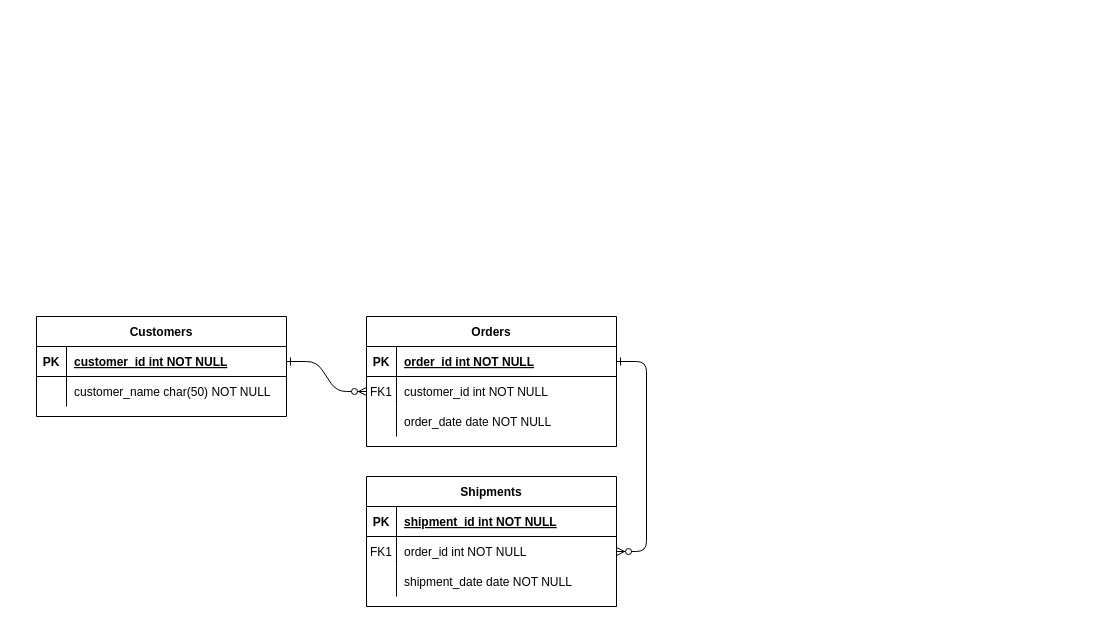
Before: Untitled Diagram.drawio in hbouwers/TaskManager, a draw.io diagram. Source tidied: cells renumbered, new cells numbered last; positions are measured from the earlier drawing's top-left corner, leaving out a move shared by most shapes. Both pictures are drawn from the tidied source at 100%, with x=0, y=0 at pixel (36, 316).
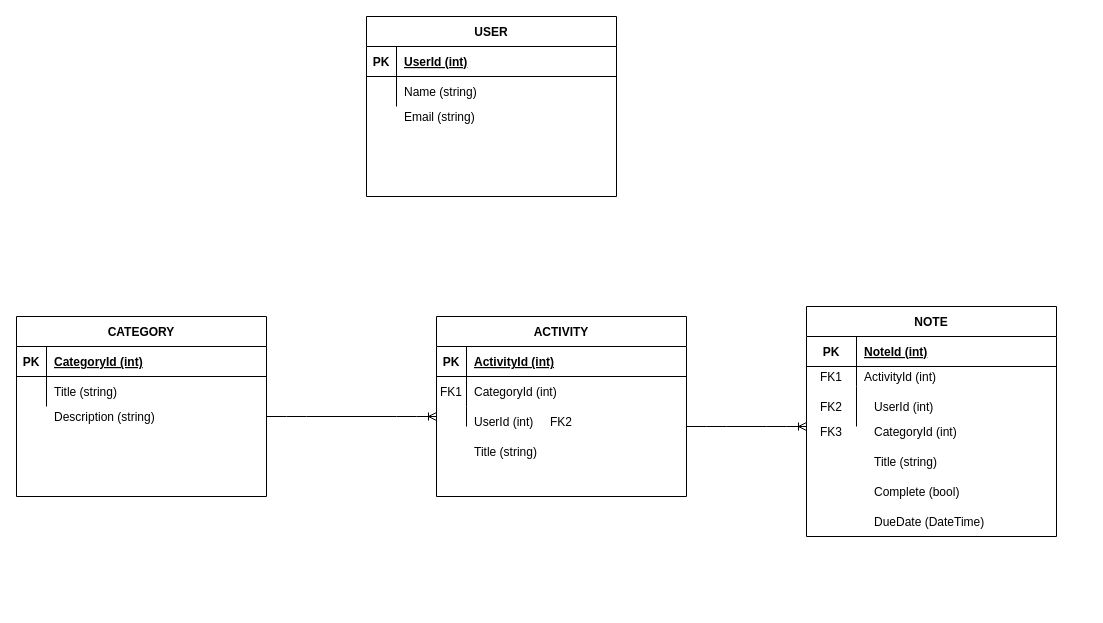
The same diagram, later.

Commit message:
Finished EER

The change refers to these unchanged cells:
```xml
<mxCell id="5" style="shape=partialRectangle;fillColor=none;points=[[0,0.5],[1,0.5]];portConstraint=eastwest;top=0;left=0;right=0;bottom=1;" parent="4" vertex="1">
  <mxGeometry y="30" width="250" height="30" as="geometry" />
</mxCell>
<mxCell id="15" style="shape=partialRectangle;fillColor=none;top=0;left=0;right=0;bottom=1;" parent="14" vertex="1">
  <mxGeometry y="30" width="250" height="30" as="geometry" />
</mxCell>
<mxCell id="18" style="shape=partialRectangle;fillColor=none;points=[[0,0.5],[1,0.5]];portConstraint=eastwest;top=0;left=0;right=0;bottom=0;" parent="14" vertex="1">
  <mxGeometry y="60" width="250" height="30" as="geometry" />
</mxCell>
<mxCell id="25" style="shape=partialRectangle;fillColor=none;points=[[0,0.5],[1,0.5]];portConstraint=eastwest;top=0;left=0;right=0;bottom=1;" parent="24" vertex="1">
  <mxGeometry y="30" width="250" height="30" as="geometry" />
</mxCell>
<mxCell id="28" style="shape=partialRectangle;fillColor=none;top=0;left=0;right=0;bottom=0;" parent="24" vertex="1">
  <mxGeometry y="60" width="250" height="30" as="geometry" />
</mxCell>
```

Change to the diagram source:
```diff
@@
-    <mxCell id="2" style="edgeStyle=entityRelationEdgeStyle;endArrow=ERzeroToMany;startArrow=ERone;endFill=1;startFill=0;" parent="1" edge="1" source="25" target="8">
-      <mxGeometry relative="1" as="geometry" />
-    </mxCell>
-    <mxCell id="3" style="edgeStyle=entityRelationEdgeStyle;endArrow=ERzeroToMany;startArrow=ERone;endFill=1;startFill=0;" parent="1" edge="1" source="5" target="18">
-      <mxGeometry relative="1" as="geometry" />
-    </mxCell>
-    <mxCell id="4" value="Orders" style="shape=table;startSize=30;childLayout=tableLayout;rowLines=0;fontStyle=1;align=center;" parent="1" vertex="1">
-      <mxGeometry x="330" width="250" height="130" as="geometry" />
+    <mxCell id="4" value="NOTE" style="shape=table;startSize=30;childLayout=tableLayout;rowLines=0;fontStyle=1;align=center;" parent="1" vertex="1">
+      <mxGeometry x="770" y="-10" width="250" height="230" as="geometry" />
     </mxCell>
@@
     <mxCell id="6" value="PK" style="shape=partialRectangle;overflow=hidden;fillColor=none;top=0;left=0;bottom=0;right=0;fontStyle=1;" parent="5" vertex="1">
-      <mxGeometry width="30" height="30" as="geometry" />
+      <mxGeometry width="50" height="30" as="geometry" />
     </mxCell>
-    <mxCell id="7" value="order_id int NOT NULL " style="shape=partialRectangle;overflow=hidden;fillColor=none;top=0;left=0;bottom=0;right=0;align=left;spacingLeft=6;fontStyle=5;" parent="5" vertex="1">
-      <mxGeometry x="30" width="220" height="30" as="geometry" />
+    <mxCell id="7" value="NoteId (int)" style="shape=partialRectangle;overflow=hidden;fillColor=none;top=0;left=0;bottom=0;right=0;align=left;spacingLeft=6;fontStyle=5;" parent="5" vertex="1">
+      <mxGeometry x="50" width="200" height="30" as="geometry" />
     </mxCell>
     <mxCell id="8" style="shape=partialRectangle;fillColor=none;points=[[0,0.5],[1,0.5]];portConstraint=eastwest;top=0;left=0;right=0;bottom=0;" parent="4" vertex="1">
-      <mxGeometry y="60" width="250" height="30" as="geometry" />
+      <mxGeometry y="60" width="250" height="20" as="geometry" />
     </mxCell>
     <mxCell id="9" value="FK1" style="shape=partialRectangle;overflow=hidden;fillColor=none;top=0;left=0;bottom=0;right=0;" parent="8" vertex="1">
-      <mxGeometry width="30" height="30" as="geometry" />
+      <mxGeometry width="50" height="20" as="geometry" />
     </mxCell>
-    <mxCell id="10" value="customer_id int NOT NULL" style="shape=partialRectangle;overflow=hidden;fillColor=none;top=0;left=0;bottom=0;right=0;align=left;spacingLeft=6;" parent="8" vertex="1">
-      <mxGeometry x="30" width="220" height="30" as="geometry" />
+    <mxCell id="10" value="ActivityId (int)" style="shape=partialRectangle;overflow=hidden;fillColor=none;top=0;left=0;bottom=0;right=0;align=left;spacingLeft=6;" parent="8" vertex="1">
+      <mxGeometry x="50" width="200" height="20" as="geometry" />
     </mxCell>
     <mxCell id="11" style="shape=partialRectangle;fillColor=none;top=0;left=0;right=0;bottom=0;" parent="4" vertex="1">
-      <mxGeometry y="90" width="250" height="30" as="geometry" />
+      <mxGeometry y="80" width="250" height="40" as="geometry" />
     </mxCell>
     <mxCell id="12" style="shape=partialRectangle;overflow=hidden;fillColor=none;top=0;left=0;bottom=0;right=0;" parent="11" vertex="1">
-      <mxGeometry width="30" height="30" as="geometry" />
+      <mxGeometry width="50" height="40" as="geometry" />
     </mxCell>
-    <mxCell id="13" value="order_date date NOT NULL" style="shape=partialRectangle;overflow=hidden;fillColor=none;top=0;left=0;bottom=0;right=0;align=left;spacingLeft=6;" parent="11" vertex="1">
-      <mxGeometry x="30" width="220" height="30" as="geometry" />
+    <mxCell id="13" style="shape=partialRectangle;overflow=hidden;fillColor=none;top=0;left=0;bottom=0;right=0;align=left;spacingLeft=6;" parent="11" vertex="1">
+      <mxGeometry x="50" width="200" height="40" as="geometry" />
     </mxCell>
-    <mxCell id="14" value="Shipments" style="shape=table;startSize=30;childLayout=tableLayout;rowLines=0;fontStyle=1;align=center;" parent="1" vertex="1">
-      <mxGeometry x="330" y="160" width="250" height="130" as="geometry" />
+    <mxCell id="14" value="ACTIVITY" style="shape=table;startSize=30;childLayout=tableLayout;rowLines=0;fontStyle=1;align=center;" parent="1" vertex="1">
+      <mxGeometry x="400" width="250" height="180" as="geometry" />
     </mxCell>
@@
-    <mxCell id="17" value="shipment_id int NOT NULL " style="shape=partialRectangle;overflow=hidden;fillColor=none;top=0;left=0;bottom=0;right=0;align=left;spacingLeft=6;fontStyle=5;" parent="15" vertex="1">
+    <mxCell id="17" value="ActivityId (int)" style="shape=partialRectangle;overflow=hidden;fillColor=none;top=0;left=0;bottom=0;right=0;align=left;spacingLeft=6;fontStyle=5;" parent="15" vertex="1">
       <mxGeometry x="30" width="220" height="30" as="geometry" />
     </mxCell>
@@
-    <mxCell id="20" value="order_id int NOT NULL" style="shape=partialRectangle;overflow=hidden;fillColor=none;top=0;left=0;bottom=0;right=0;align=left;spacingLeft=6;" parent="18" vertex="1">
+    <mxCell id="20" value="CategoryId (int)" style="shape=partialRectangle;overflow=hidden;fillColor=none;top=0;left=0;bottom=0;right=0;align=left;spacingLeft=6;" parent="18" vertex="1">
       <mxGeometry x="30" width="220" height="30" as="geometry" />
     </mxCell>
     <mxCell id="21" style="shape=partialRectangle;fillColor=none;top=0;left=0;right=0;bottom=0;" parent="14" vertex="1">
-      <mxGeometry y="90" width="250" height="30" as="geometry" />
+      <mxGeometry y="90" width="250" height="20" as="geometry" />
     </mxCell>
     <mxCell id="22" style="shape=partialRectangle;overflow=hidden;fillColor=none;top=0;left=0;bottom=0;right=0;" parent="21" vertex="1">
-      <mxGeometry width="30" height="30" as="geometry" />
+      <mxGeometry width="30" height="20" as="geometry" />
     </mxCell>
-    <mxCell id="23" value="shipment_date date NOT NULL" style="shape=partialRectangle;overflow=hidden;fillColor=none;top=0;left=0;bottom=0;right=0;align=left;spacingLeft=6;" parent="21" vertex="1">
-      <mxGeometry x="30" width="220" height="30" as="geometry" />
+    <mxCell id="23" style="shape=partialRectangle;overflow=hidden;fillColor=none;top=0;left=0;bottom=0;right=0;align=left;spacingLeft=6;" parent="21" vertex="1">
+      <mxGeometry x="30" width="220" height="20" as="geometry" />
     </mxCell>
-    <mxCell id="24" value="Customers" style="shape=table;startSize=30;childLayout=tableLayout;rowLines=0;fontStyle=1;align=center;" parent="1" vertex="1">
-      <mxGeometry width="250" height="100" as="geometry" />
+    <mxCell id="24" value="CATEGORY" style="shape=table;startSize=30;childLayout=tableLayout;rowLines=0;fontStyle=1;align=center;" parent="1" vertex="1">
+      <mxGeometry x="-20" width="250" height="180" as="geometry" />
     </mxCell>
@@
-    <mxCell id="27" value="customer_id int NOT NULL " style="shape=partialRectangle;overflow=hidden;fillColor=none;top=0;left=0;bottom=0;right=0;align=left;spacingLeft=6;fontStyle=5;" parent="25" vertex="1">
+    <mxCell id="27" value="CategoryId (int)" style="shape=partialRectangle;overflow=hidden;fillColor=none;top=0;left=0;bottom=0;right=0;align=left;spacingLeft=6;fontStyle=5;" parent="25" vertex="1">
       <mxGeometry x="30" width="220" height="30" as="geometry" />
     </mxCell>
@@
-    <mxCell id="30" value="customer_name char(50) NOT NULL" style="shape=partialRectangle;overflow=hidden;fillColor=none;top=0;left=0;bottom=0;right=0;align=left;spacingLeft=6;" parent="28" vertex="1">
+    <mxCell id="30" value="Title (string)" style="shape=partialRectangle;overflow=hidden;fillColor=none;top=0;left=0;bottom=0;right=0;align=left;spacingLeft=6;" parent="28" vertex="1">
       <mxGeometry x="30" width="220" height="30" as="geometry" />
     </mxCell>
+    <mxCell id="31" value="UserId (int)" style="shape=partialRectangle;overflow=hidden;fillColor=none;top=0;left=0;bottom=0;right=0;align=left;spacingLeft=6;" parent="1" vertex="1">
+      <mxGeometry x="430" y="90" width="220" height="30" as="geometry" />
+    </mxCell>
+    <mxCell id="32" value="Title (string)" style="shape=partialRectangle;overflow=hidden;fillColor=none;top=0;left=0;bottom=0;right=0;align=left;spacingLeft=6;" parent="1" vertex="1">
+      <mxGeometry x="430" y="120" width="220" height="30" as="geometry" />
+    </mxCell>
+    <mxCell id="33" value="UserId (int)" style="shape=partialRectangle;overflow=hidden;fillColor=none;top=0;left=0;bottom=0;right=0;align=left;spacingLeft=6;" parent="1" vertex="1">
+      <mxGeometry x="830" y="75" width="220" height="30" as="geometry" />
+    </mxCell>
+    <mxCell id="34" value="Title (string)" style="shape=partialRectangle;overflow=hidden;fillColor=none;top=0;left=0;bottom=0;right=0;align=left;spacingLeft=6;" parent="1" vertex="1">
+      <mxGeometry x="830" y="130" width="220" height="30" as="geometry" />
+    </mxCell>
+    <mxCell id="35" value="CategoryId (int)" style="shape=partialRectangle;overflow=hidden;fillColor=none;top=0;left=0;bottom=0;right=0;align=left;spacingLeft=6;" parent="1" vertex="1">
+      <mxGeometry x="830" y="100" width="220" height="30" as="geometry" />
+    </mxCell>
+    <mxCell id="36" value="Complete (bool)" style="shape=partialRectangle;overflow=hidden;fillColor=none;top=0;left=0;bottom=0;right=0;align=left;spacingLeft=6;" parent="1" vertex="1">
+      <mxGeometry x="830" y="160" width="220" height="30" as="geometry" />
+    </mxCell>
+    <mxCell id="37" value="DueDate (DateTime)" style="shape=partialRectangle;overflow=hidden;fillColor=none;top=0;left=0;bottom=0;right=0;align=left;spacingLeft=6;" parent="1" vertex="1">
+      <mxGeometry x="830" y="190" width="220" height="30" as="geometry" />
+    </mxCell>
+    <mxCell id="38" value="FK2" style="shape=partialRectangle;overflow=hidden;fillColor=none;top=0;left=0;bottom=0;right=0;" parent="1" vertex="1">
+      <mxGeometry x="770" y="75" width="50" height="30" as="geometry" />
+    </mxCell>
+    <mxCell id="39" value="FK3" style="shape=partialRectangle;overflow=hidden;fillColor=none;top=0;left=0;bottom=0;right=0;" parent="1" vertex="1">
+      <mxGeometry x="770" y="100" width="50" height="30" as="geometry" />
+    </mxCell>
+    <mxCell id="40" value="FK2" style="shape=partialRectangle;overflow=hidden;fillColor=none;top=0;left=0;bottom=0;right=0;" parent="1" vertex="1">
+      <mxGeometry x="510" y="90" width="30" height="30" as="geometry" />
+    </mxCell>
+    <mxCell id="41" value="Description (string)" style="shape=partialRectangle;overflow=hidden;fillColor=none;top=0;left=0;bottom=0;right=0;align=left;spacingLeft=6;" parent="1" vertex="1">
+      <mxGeometry x="10" y="85" width="220" height="30" as="geometry" />
+    </mxCell>
+    <mxCell id="42" value="USER" style="shape=table;startSize=30;childLayout=tableLayout;rowLines=0;fontStyle=1;align=center;" parent="1" vertex="1">
+      <mxGeometry x="330" y="-300" width="250" height="180" as="geometry" />
+    </mxCell>
+    <mxCell id="43" style="shape=partialRectangle;fillColor=none;top=0;left=0;right=0;bottom=1;" parent="42" vertex="1">
+      <mxGeometry y="30" width="250" height="30" as="geometry" />
+    </mxCell>
+    <mxCell id="44" value="PK" style="shape=partialRectangle;overflow=hidden;fillColor=none;top=0;left=0;bottom=0;right=0;fontStyle=1;" parent="43" vertex="1">
+      <mxGeometry width="30" height="30" as="geometry" />
+    </mxCell>
+    <mxCell id="45" value="UserId (int)" style="shape=partialRectangle;overflow=hidden;fillColor=none;top=0;left=0;bottom=0;right=0;align=left;spacingLeft=6;fontStyle=5;" parent="43" vertex="1">
+      <mxGeometry x="30" width="220" height="30" as="geometry" />
+    </mxCell>
+    <mxCell id="46" style="shape=partialRectangle;fillColor=none;top=0;left=0;right=0;bottom=0;" parent="42" vertex="1">
+      <mxGeometry y="60" width="250" height="30" as="geometry" />
+    </mxCell>
+    <mxCell id="47" style="shape=partialRectangle;overflow=hidden;fillColor=none;top=0;left=0;bottom=0;right=0;" parent="46" vertex="1">
+      <mxGeometry width="30" height="30" as="geometry" />
+    </mxCell>
+    <mxCell id="48" value="Name (string)" style="shape=partialRectangle;overflow=hidden;fillColor=none;top=0;left=0;bottom=0;right=0;align=left;spacingLeft=6;" parent="46" vertex="1">
+      <mxGeometry x="30" width="220" height="30" as="geometry" />
+    </mxCell>
+    <mxCell id="49" value="Email (string)" style="shape=partialRectangle;overflow=hidden;fillColor=none;top=0;left=0;bottom=0;right=0;align=left;spacingLeft=6;" parent="1" vertex="1">
+      <mxGeometry x="360" y="-215" width="220" height="30" as="geometry" />
+    </mxCell>
+    <mxCell id="50" style="edgeStyle=entityRelationEdgeStyle;fontSize=12;html=1;endArrow=ERoneToMany;" parent="1" edge="1">
+      <mxGeometry relative="1" as="geometry">
+        <mxPoint x="230" y="100" as="sourcePoint" />
+        <mxPoint x="400" y="100" as="targetPoint" />
+      </mxGeometry>
+    </mxCell>
+    <mxCell id="51" style="edgeStyle=entityRelationEdgeStyle;fontSize=12;html=1;endArrow=ERoneToMany;" parent="1" edge="1">
+      <mxGeometry relative="1" as="geometry">
+        <mxPoint x="650" y="110" as="sourcePoint" />
+        <mxPoint x="770" y="110" as="targetPoint" />
+      </mxGeometry>
+    </mxCell>
```
